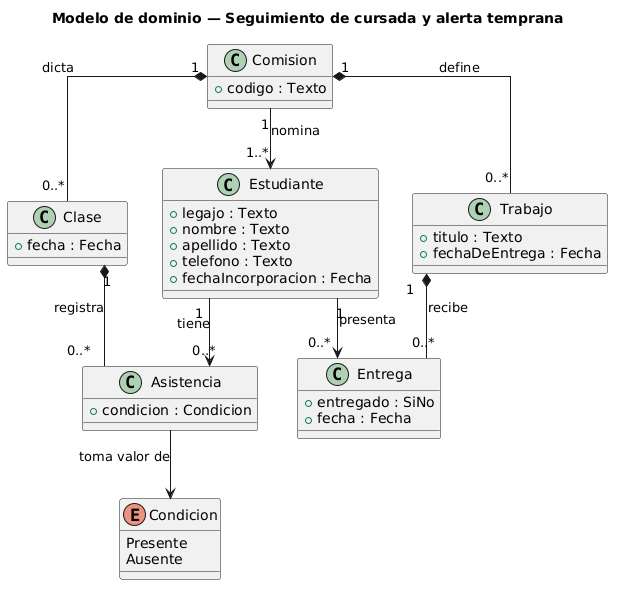
Earlier version of the PlantUML export docs/diagrams/dominio.png (villegason007-bot/GRUPO-3).
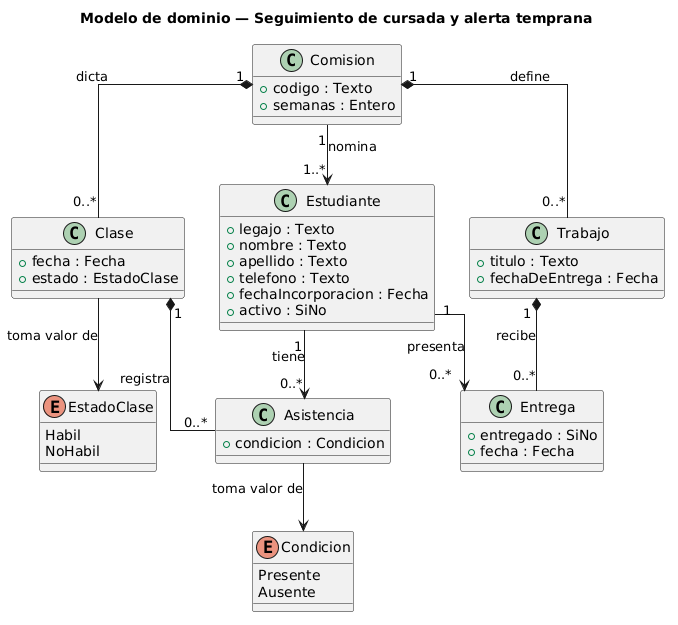
After the change.

Commit message:
Docs: modelo de dominio actualizado (EstadoClase, semanas, activo) y seccion en el README

Change to the diagram source:
```diff
@@ -4,6 +4,7 @@
 
 class Comision {
   + codigo : Texto
+  + semanas : Entero
 }
 
 class Estudiante {
@@ -12,10 +13,17 @@
   + apellido : Texto
   + telefono : Texto
   + fechaIncorporacion : Fecha
+  + activo : SiNo
 }
 
 class Clase {
   + fecha : Fecha
+  + estado : EstadoClase
+}
+
+enum EstadoClase {
+  Habil
+  NoHabil
 }
 
 class Asistencia {
@@ -45,5 +53,6 @@
 Trabajo "1" *-- "0..*" Entrega : recibe
 Estudiante "1" --> "0..*" Entrega : presenta
 Asistencia --> Condicion : toma valor de
+Clase --> EstadoClase : toma valor de
 
 @enduml
```
